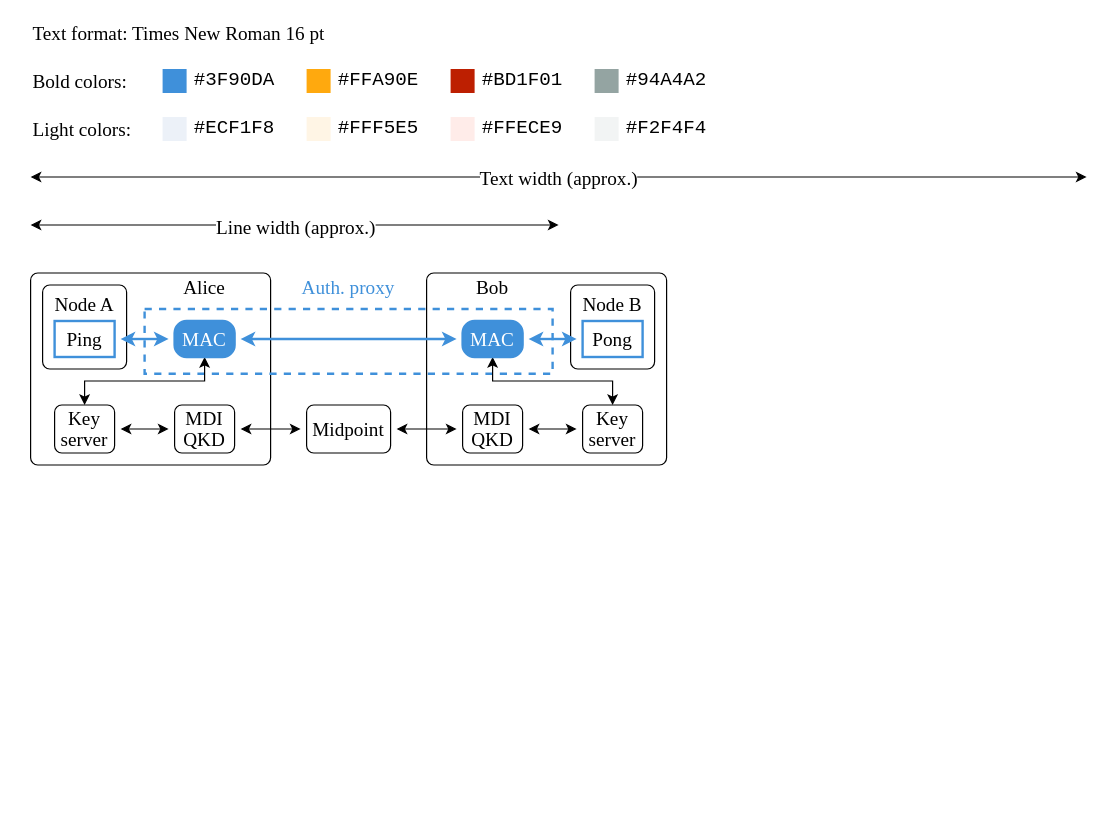
Above: figures/mac-setup-diagram.drawio in cdelledonne/phd-thesis (draw.io), before the change. Source tidied: cells renumbered, new cells numbered last; positions are measured from the earlier drawing's top-left corner, leaving out a move shared by most shapes. Both pictures are drawn from the tidied source at 120%, with x=0, y=0 at pixel (30, 20).
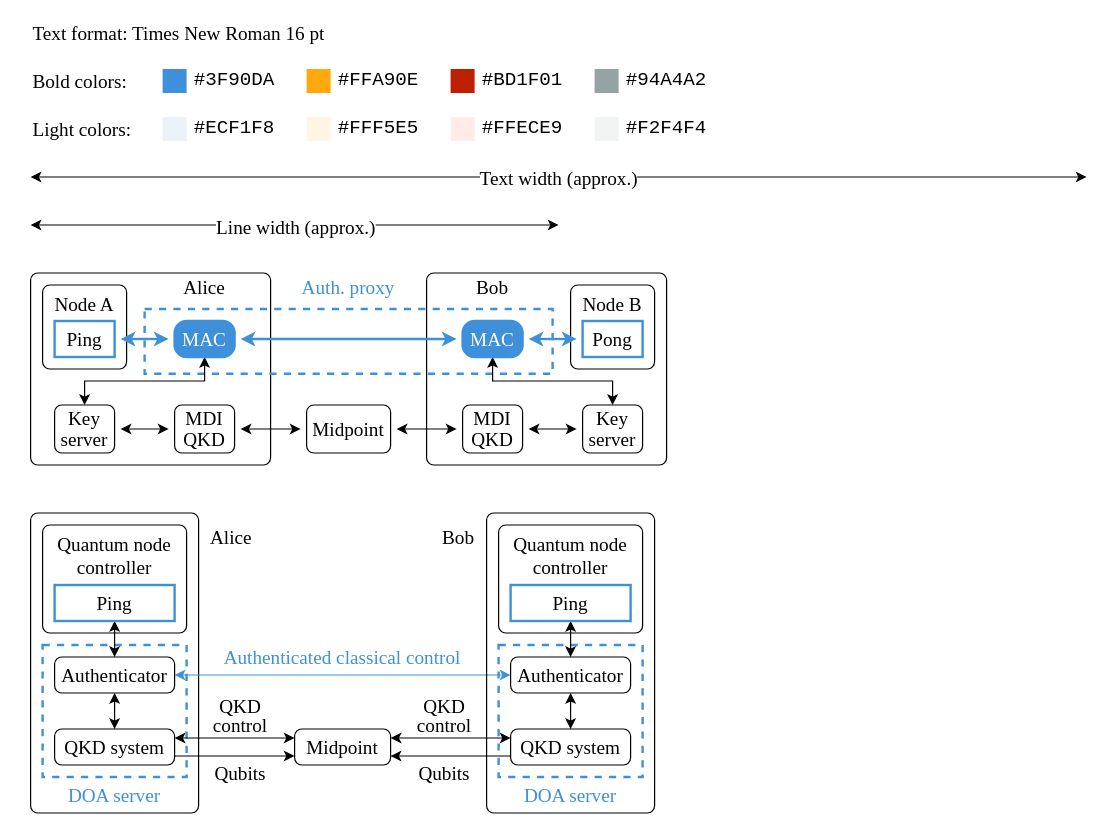
Above is the later version.

The edit, as a diff of the source:
```diff
@@
+    <mxCell id="51" style="rounded=1;whiteSpace=wrap;html=1;fontFamily=Times New Roman;fontSize=16;align=right;strokeColor=#000000;fillColor=none;fontColor=#000000;arcSize=12;absoluteArcSize=1;strokeWidth=1;verticalAlign=top;spacingLeft=10;spacingRight=10;" parent="1" vertex="1">
+      <mxGeometry y="410" width="140" height="250" as="geometry" />
+    </mxCell>
+    <mxCell id="52" style="rounded=0;whiteSpace=wrap;html=1;fontFamily=Times New Roman;fontSize=16;align=center;strokeColor=#3F90DA;fillColor=none;dashed=1;strokeWidth=2;" parent="1" vertex="1">
+      <mxGeometry x="10" y="520" width="120" height="110" as="geometry" />
+    </mxCell>
@@
+    <mxCell id="53" value="Quantum node&lt;br&gt;controller" style="rounded=1;whiteSpace=wrap;html=1;fontFamily=Times New Roman;fontSize=16;align=center;strokeColor=#000000;fillColor=none;fontColor=#000000;arcSize=12;absoluteArcSize=1;strokeWidth=1;verticalAlign=top;spacingLeft=0;" parent="1" vertex="1">
+      <mxGeometry x="10" y="420" width="120" height="90" as="geometry" />
+    </mxCell>
+    <mxCell id="54" style="edgeStyle=orthogonalEdgeStyle;rounded=0;jettySize=auto;html=1;exitX=0.5;exitY=1;exitDx=0;exitDy=0;entryX=0.5;entryY=0;entryDx=0;entryDy=0;startArrow=classic;startFill=1;" parent="1" edge="1" source="55" target="62">
+      <mxGeometry relative="1" as="geometry" />
+    </mxCell>
+    <mxCell id="55" value="Ping" style="rounded=0;whiteSpace=wrap;html=1;fontFamily=Times New Roman;fontSize=16;align=center;strokeColor=#3F90DA;fillColor=none;strokeWidth=2;" parent="1" vertex="1">
+      <mxGeometry x="20" y="470" width="100" height="30" as="geometry" />
+    </mxCell>
+    <mxCell id="56" style="edgeStyle=orthogonalEdgeStyle;rounded=0;jettySize=auto;html=1;exitX=1;exitY=0.25;exitDx=0;exitDy=0;entryX=0;entryY=0.25;entryDx=0;entryDy=0;startArrow=classic;startFill=1;" parent="1" edge="1" source="58" target="76">
+      <mxGeometry relative="1" as="geometry" />
+    </mxCell>
+    <mxCell id="57" style="edgeStyle=orthogonalEdgeStyle;rounded=0;jettySize=auto;html=1;exitX=1;exitY=0.75;exitDx=0;exitDy=0;entryX=0;entryY=0.75;entryDx=0;entryDy=0;" parent="1" edge="1" source="58" target="76">
+      <mxGeometry relative="1" as="geometry" />
+    </mxCell>
+    <mxCell id="58" value="&lt;p style=&quot;line-height: 1.1;&quot;&gt;QKD system&lt;/p&gt;" style="rounded=1;whiteSpace=wrap;html=1;fontFamily=Times New Roman;fontSize=16;align=center;strokeColor=#000000;fillColor=none;fontColor=#000000;arcSize=12;absoluteArcSize=1;strokeWidth=1;verticalAlign=middle;spacingLeft=0;" parent="1" vertex="1">
+      <mxGeometry x="20" y="590" width="100" height="30" as="geometry" />
+    </mxCell>
+    <mxCell id="59" value="Alice" style="text;html=1;strokeColor=none;fillColor=none;align=left;verticalAlign=middle;whiteSpace=wrap;rounded=0;fontFamily=Times New Roman;fontSize=16;spacing=0;strokeWidth=1;" parent="1" vertex="1">
+      <mxGeometry x="150" y="420" width="40" height="20" as="geometry" />
+    </mxCell>
+    <mxCell id="60" style="edgeStyle=orthogonalEdgeStyle;rounded=0;jettySize=auto;html=1;exitX=0.5;exitY=1;exitDx=0;exitDy=0;entryX=0.5;entryY=0;entryDx=0;entryDy=0;startArrow=classic;startFill=1;" parent="1" edge="1" source="62" target="58">
+      <mxGeometry relative="1" as="geometry" />
+    </mxCell>
+    <mxCell id="61" style="edgeStyle=orthogonalEdgeStyle;rounded=0;jettySize=auto;html=1;exitX=1;exitY=0.5;exitDx=0;exitDy=0;entryX=0;entryY=0.5;entryDx=0;entryDy=0;startArrow=classic;startFill=1;strokeColor=#3F90DA;" parent="1" edge="1" source="62" target="73">
+      <mxGeometry relative="1" as="geometry" />
+    </mxCell>
+    <mxCell id="62" value="&lt;p style=&quot;line-height: 1.1;&quot;&gt;Authenticator&lt;/p&gt;" style="rounded=1;whiteSpace=wrap;html=1;fontFamily=Times New Roman;fontSize=16;align=center;strokeColor=#000000;fillColor=none;fontColor=#000000;arcSize=12;absoluteArcSize=1;strokeWidth=1;verticalAlign=middle;spacingLeft=0;" parent="1" vertex="1">
+      <mxGeometry x="20" y="530" width="100" height="30" as="geometry" />
+    </mxCell>
+    <mxCell id="63" value="DOA server" style="text;html=1;strokeColor=none;fillColor=none;align=center;verticalAlign=middle;whiteSpace=wrap;rounded=0;fontFamily=Times New Roman;fontSize=16;spacing=0;strokeWidth=1;fontColor=#3F90DA;fontStyle=0;" parent="1" vertex="1">
+      <mxGeometry x="10" y="630" width="120" height="30" as="geometry" />
+    </mxCell>
+    <mxCell id="64" style="rounded=1;whiteSpace=wrap;html=1;fontFamily=Times New Roman;fontSize=16;align=right;strokeColor=#000000;fillColor=none;fontColor=#000000;arcSize=12;absoluteArcSize=1;strokeWidth=1;verticalAlign=top;spacingLeft=10;spacingRight=10;" parent="1" vertex="1">
+      <mxGeometry x="380" y="410" width="140" height="250" as="geometry" />
+    </mxCell>
+    <mxCell id="65" style="rounded=0;whiteSpace=wrap;html=1;fontFamily=Times New Roman;fontSize=16;align=center;strokeColor=#3F90DA;fillColor=none;dashed=1;strokeWidth=2;" parent="1" vertex="1">
+      <mxGeometry x="390" y="520" width="120" height="110" as="geometry" />
+    </mxCell>
+    <mxCell id="66" value="Quantum node&lt;br&gt;controller" style="rounded=1;whiteSpace=wrap;html=1;fontFamily=Times New Roman;fontSize=16;align=center;strokeColor=#000000;fillColor=none;fontColor=#000000;arcSize=12;absoluteArcSize=1;strokeWidth=1;verticalAlign=top;spacingLeft=0;" parent="1" vertex="1">
+      <mxGeometry x="390" y="420" width="120" height="90" as="geometry" />
+    </mxCell>
+    <mxCell id="67" style="edgeStyle=orthogonalEdgeStyle;rounded=0;jettySize=auto;html=1;exitX=0.5;exitY=1;exitDx=0;exitDy=0;entryX=0.5;entryY=0;entryDx=0;entryDy=0;startArrow=classic;startFill=1;" parent="1" edge="1" source="68" target="73">
+      <mxGeometry relative="1" as="geometry" />
+    </mxCell>
+    <mxCell id="68" value="Ping" style="rounded=0;whiteSpace=wrap;html=1;fontFamily=Times New Roman;fontSize=16;align=center;strokeColor=#3F90DA;fillColor=none;strokeWidth=2;" parent="1" vertex="1">
+      <mxGeometry x="400" y="470" width="100" height="30" as="geometry" />
+    </mxCell>
+    <mxCell id="69" style="edgeStyle=orthogonalEdgeStyle;rounded=0;jettySize=auto;html=1;exitX=0;exitY=0.75;exitDx=0;exitDy=0;entryX=1;entryY=0.75;entryDx=0;entryDy=0;" parent="1" edge="1" source="70" target="76">
+      <mxGeometry relative="1" as="geometry" />
+    </mxCell>
+    <mxCell id="70" value="&lt;p style=&quot;line-height: 1.1;&quot;&gt;QKD system&lt;/p&gt;" style="rounded=1;whiteSpace=wrap;html=1;fontFamily=Times New Roman;fontSize=16;align=center;strokeColor=#000000;fillColor=none;fontColor=#000000;arcSize=12;absoluteArcSize=1;strokeWidth=1;verticalAlign=middle;spacingLeft=0;" parent="1" vertex="1">
+      <mxGeometry x="400" y="590" width="100" height="30" as="geometry" />
+    </mxCell>
+    <mxCell id="71" value="Bob" style="text;html=1;strokeColor=none;fillColor=none;align=right;verticalAlign=middle;whiteSpace=wrap;rounded=0;fontFamily=Times New Roman;fontSize=16;spacing=0;strokeWidth=1;" parent="1" vertex="1">
+      <mxGeometry x="330" y="420" width="40" height="20" as="geometry" />
+    </mxCell>
+    <mxCell id="72" style="edgeStyle=orthogonalEdgeStyle;rounded=0;jettySize=auto;html=1;exitX=0.5;exitY=1;exitDx=0;exitDy=0;entryX=0.5;entryY=0;entryDx=0;entryDy=0;startArrow=classic;startFill=1;" parent="1" edge="1" source="73" target="70">
+      <mxGeometry relative="1" as="geometry" />
+    </mxCell>
+    <mxCell id="73" value="&lt;p style=&quot;line-height: 1.1;&quot;&gt;Authenticator&lt;/p&gt;" style="rounded=1;whiteSpace=wrap;html=1;fontFamily=Times New Roman;fontSize=16;align=center;strokeColor=#000000;fillColor=none;fontColor=#000000;arcSize=12;absoluteArcSize=1;strokeWidth=1;verticalAlign=middle;spacingLeft=0;" parent="1" vertex="1">
+      <mxGeometry x="400" y="530" width="100" height="30" as="geometry" />
+    </mxCell>
+    <mxCell id="74" value="DOA server" style="text;html=1;strokeColor=none;fillColor=none;align=center;verticalAlign=middle;whiteSpace=wrap;rounded=0;fontFamily=Times New Roman;fontSize=16;spacing=0;strokeWidth=1;fontColor=#3F90DA;fontStyle=0;" parent="1" vertex="1">
+      <mxGeometry x="390" y="630" width="120" height="30" as="geometry" />
+    </mxCell>
+    <mxCell id="75" style="edgeStyle=orthogonalEdgeStyle;rounded=0;jettySize=auto;html=1;exitX=1;exitY=0.25;exitDx=0;exitDy=0;entryX=0;entryY=0.25;entryDx=0;entryDy=0;startArrow=classic;startFill=1;" parent="1" edge="1" source="76" target="70">
+      <mxGeometry relative="1" as="geometry" />
+    </mxCell>
+    <mxCell id="76" value="Midpoint" style="rounded=1;whiteSpace=wrap;html=1;fontFamily=Times New Roman;fontSize=16;align=center;strokeColor=#000000;fillColor=none;fontColor=#000000;arcSize=12;absoluteArcSize=1;strokeWidth=1;verticalAlign=middle;spacingLeft=0;" parent="1" vertex="1">
+      <mxGeometry x="220" y="590" width="80" height="30" as="geometry" />
+    </mxCell>
+    <mxCell id="77" value="Authenticated classical control" style="text;html=1;strokeColor=none;fillColor=none;align=center;verticalAlign=middle;whiteSpace=wrap;rounded=0;fontFamily=Times New Roman;fontSize=16;spacing=0;strokeWidth=1;fontColor=#3F90DA;fontStyle=0;" parent="1" vertex="1">
+      <mxGeometry x="160" y="515" width="200" height="30" as="geometry" />
+    </mxCell>
+    <mxCell id="78" value="&lt;p style=&quot;line-height: 100%;&quot;&gt;QKD control&lt;/p&gt;" style="text;html=1;strokeColor=none;fillColor=none;align=center;verticalAlign=middle;whiteSpace=wrap;rounded=0;fontFamily=Times New Roman;fontSize=16;spacing=0;strokeWidth=1;" parent="1" vertex="1">
+      <mxGeometry x="140" y="560" width="70" height="37" as="geometry" />
+    </mxCell>
+    <mxCell id="79" value="&lt;p style=&quot;line-height: 100%;&quot;&gt;QKD control&lt;/p&gt;" style="text;html=1;strokeColor=none;fillColor=none;align=center;verticalAlign=middle;whiteSpace=wrap;rounded=0;fontFamily=Times New Roman;fontSize=16;spacing=0;strokeWidth=1;" parent="1" vertex="1">
+      <mxGeometry x="310" y="560" width="70" height="37" as="geometry" />
+    </mxCell>
+    <mxCell id="80" value="&lt;p style=&quot;line-height: 100%;&quot;&gt;Qubits&lt;/p&gt;" style="text;html=1;strokeColor=none;fillColor=none;align=center;verticalAlign=middle;whiteSpace=wrap;rounded=0;fontFamily=Times New Roman;fontSize=16;spacing=0;strokeWidth=1;" parent="1" vertex="1">
+      <mxGeometry x="140" y="613" width="70" height="27" as="geometry" />
+    </mxCell>
+    <mxCell id="81" value="&lt;p style=&quot;line-height: 100%;&quot;&gt;Qubits&lt;/p&gt;" style="text;html=1;strokeColor=none;fillColor=none;align=center;verticalAlign=middle;whiteSpace=wrap;rounded=0;fontFamily=Times New Roman;fontSize=16;spacing=0;strokeWidth=1;" parent="1" vertex="1">
+      <mxGeometry x="310" y="613" width="70" height="27" as="geometry" />
+    </mxCell>
```
